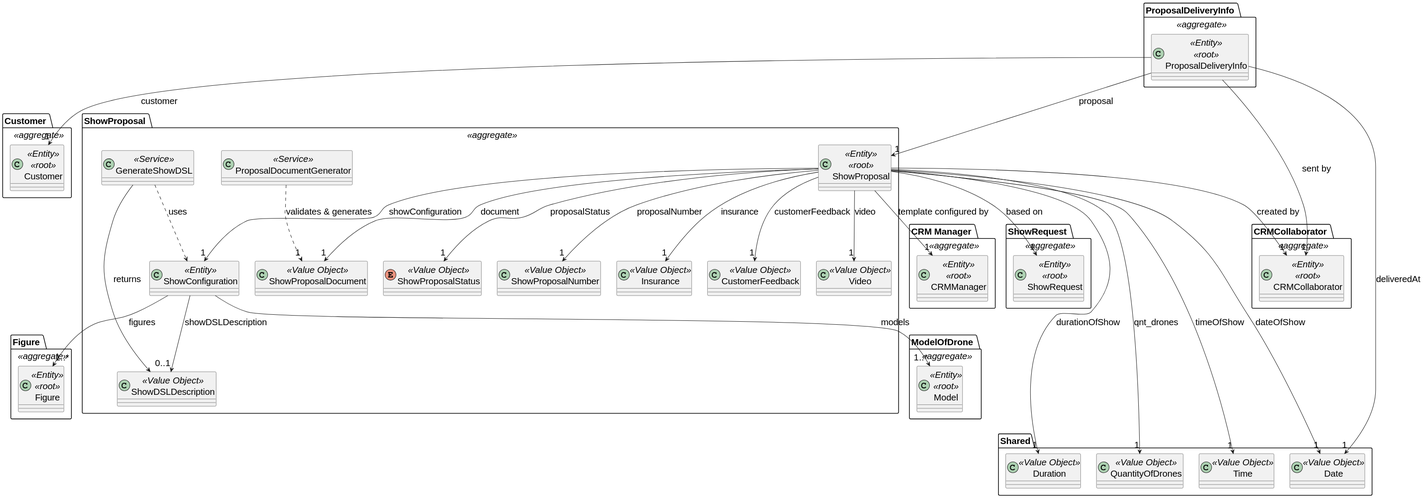
Above: docs/global_artifacts/analysis/images/domain_model_show_proposal.svg in diogoveirospro/sem4pi-2024-2025-sem4pi_2024_2025_g44 (PlantUML), before the change.
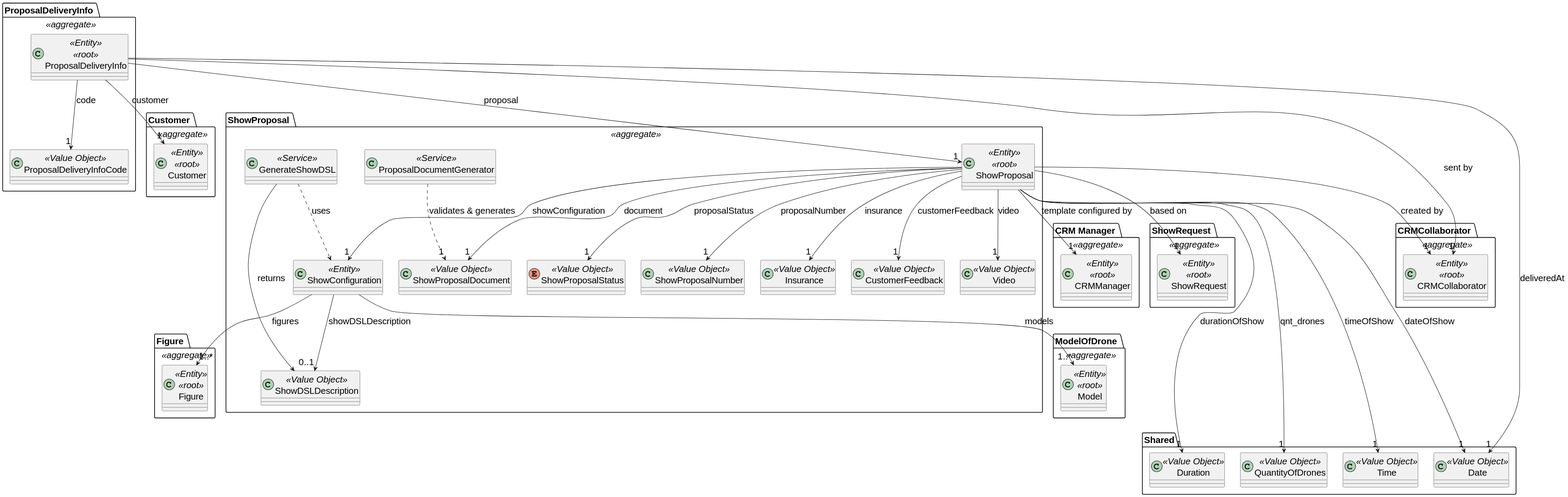
After the change.

What changed in the source:
```diff
@@ -101,9 +101,13 @@
     class ProposalDeliveryInfo <<Entity>> <<root>>{
     }
 
+    class ProposalDeliveryInfoCode <<Value Object>> {
+    }
+
     ProposalDeliveryInfo --> "1" ShowProposal: proposal
     ProposalDeliveryInfo --> "1" CRMCollaborator: sent by
     ProposalDeliveryInfo --> "1" Customer: customer
+    ProposalDeliveryInfo --> "1" ProposalDeliveryInfoCode: code
 
 }
 
```
